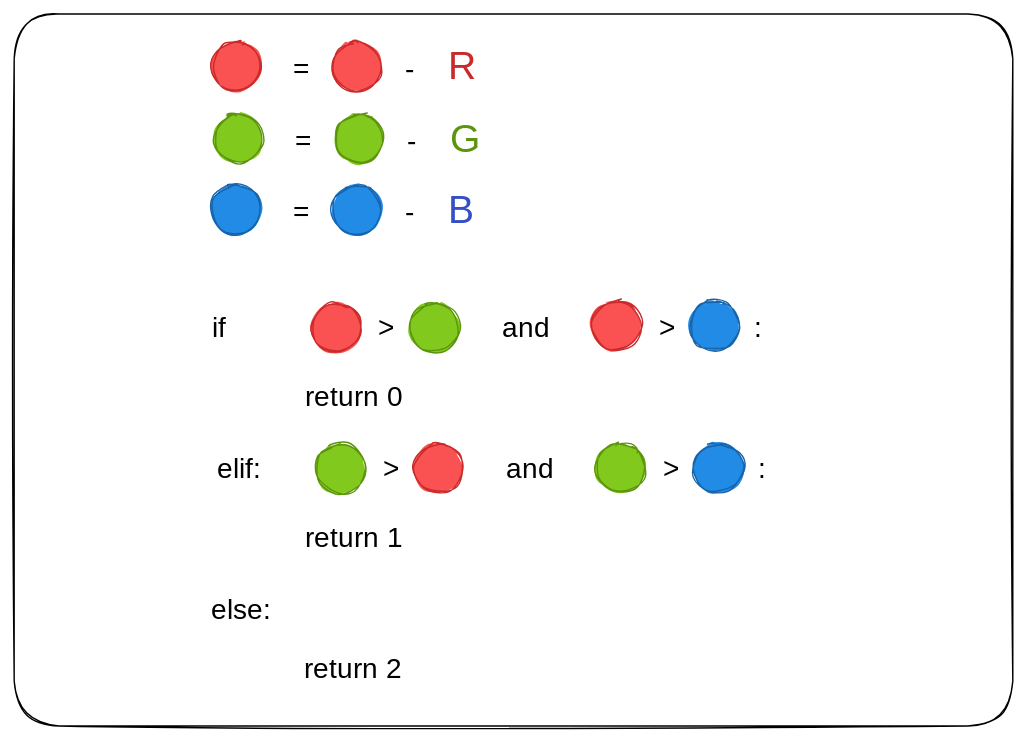
Above: .gitbook/assets/file.excalidraw (3).svg in winf-hsos/winf-docs (Excalidraw), before the change. Source tidied: one line per element, renumbered; positions are measured from the earlier drawing's top-left corner, leaving out a move shared by most shapes.
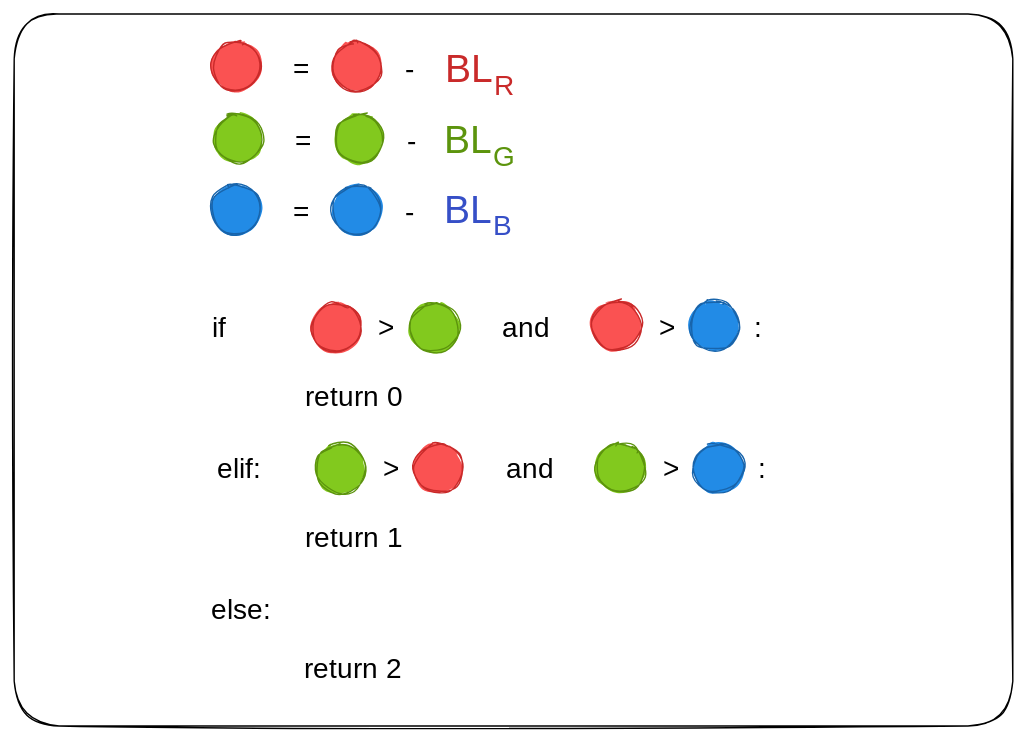
After the commit.

What changed in the source:
```diff
@@ -25,14 +25,17 @@
 {"id": 24, "type": "text", "text": "=", "strokeColor": "#000000", "strokeWidth": 1, "roughness": 1, "fontSize": 20, "fontFamily": 3, "x": 199, "y": 27, "width": 14, "height": 24}
 {"id": 25, "type": "ellipse", "strokeColor": "#c92a2a", "backgroundColor": "#fa5252", "fillStyle": "solid", "strokeWidth": 1, "roughness": 1, "round": true, "x": 227, "y": 20, "width": 35, "height": 35}
 {"id": 26, "type": "text", "text": "-", "strokeColor": "#000000", "strokeWidth": 1, "roughness": 1, "fontSize": 20, "fontFamily": 3, "x": 279, "y": 27, "width": 14, "height": 24}
-{"id": 27, "type": "text", "text": "R", "strokeColor": "#c92a2a", "strokeWidth": 1, "roughness": 1, "fontSize": 28, "fontFamily": 3, "x": 310, "y": 20, "width": 18, "height": 34}
 {"id": 28, "type": "ellipse", "strokeColor": "#5c940d", "backgroundColor": "#82c91e", "fillStyle": "solid", "strokeWidth": 1, "roughness": 1, "round": true, "x": 143, "y": 71, "width": 35, "height": 35}
 {"id": 29, "type": "text", "text": "=", "strokeColor": "#000000", "strokeWidth": 1, "roughness": 1, "fontSize": 20, "fontFamily": 3, "x": 201, "y": 78, "width": 14, "height": 24}
 {"id": 30, "type": "ellipse", "strokeColor": "#5c940d", "backgroundColor": "#82c91e", "fillStyle": "solid", "strokeWidth": 1, "roughness": 1, "round": true, "x": 229, "y": 71, "width": 35, "height": 35}
 {"id": 31, "type": "text", "text": "-", "strokeColor": "#000000", "strokeWidth": 1, "roughness": 1, "fontSize": 20, "fontFamily": 3, "x": 281, "y": 79, "width": 14, "height": 24}
-{"id": 32, "type": "text", "text": "G", "strokeColor": "#5c940d", "strokeWidth": 1, "roughness": 1, "fontSize": 28, "fontFamily": 3, "x": 311, "y": 71, "width": 18, "height": 34}
 {"id": 33, "type": "ellipse", "strokeColor": "#1864ab", "backgroundColor": "#228be6", "fillStyle": "solid", "strokeWidth": 1, "roughness": 1, "round": true, "x": 141, "y": 122, "width": 35, "height": 35}
 {"id": 34, "type": "text", "text": "=", "strokeColor": "#000000", "strokeWidth": 1, "roughness": 1, "fontSize": 20, "fontFamily": 3, "x": 199, "y": 129, "width": 14, "height": 24}
 {"id": 35, "type": "ellipse", "strokeColor": "#1864ab", "backgroundColor": "#228be6", "fillStyle": "solid", "strokeWidth": 1, "roughness": 1, "round": true, "x": 227, "y": 122, "width": 35, "height": 35}
 {"id": 36, "type": "text", "text": "-", "strokeColor": "#000000", "strokeWidth": 1, "roughness": 1, "fontSize": 20, "fontFamily": 3, "x": 279, "y": 130, "width": 14, "height": 24}
-{"id": 37, "type": "text", "text": "B", "strokeColor": "#364fc7", "strokeWidth": 1, "roughness": 1, "fontSize": 28, "fontFamily": 3, "x": 310, "y": 122, "width": 18, "height": 34}
+{"id": 37, "type": "text", "text": "BL", "strokeColor": "#364fc7", "strokeWidth": 1, "roughness": 1, "fontSize": 28, "fontFamily": 3, "x": 307, "y": 122, "width": 35, "height": 34}
+{"id": 38, "type": "text", "text": "BL", "strokeColor": "#c92a2a", "strokeWidth": 2, "roughness": 0, "fontSize": 28, "fontFamily": 3, "x": 308, "y": 21, "width": 35, "height": 34}
+{"id": 27, "type": "text", "text": "R", "strokeColor": "#c92a2a", "strokeWidth": 2, "roughness": 0, "fontSize": 20, "fontFamily": 3, "x": 343, "y": 39, "width": 14, "height": 24}
+{"id": 39, "type": "text", "text": "BL", "strokeColor": "#5c940d", "strokeWidth": 2, "roughness": 0, "fontSize": 28, "fontFamily": 3, "x": 307, "y": 72, "width": 35, "height": 34}
+{"id": 32, "type": "text", "text": "G", "strokeColor": "#5c940d", "strokeWidth": 2, "roughness": 0, "fontSize": 20, "fontFamily": 3, "x": 342, "y": 90, "width": 14, "height": 24}
+{"id": 40, "type": "text", "text": "B", "strokeColor": "#364fc7", "strokeWidth": 2, "roughness": 0, "fontSize": 20, "fontFamily": 3, "x": 342, "y": 139, "width": 14, "height": 24}
```
